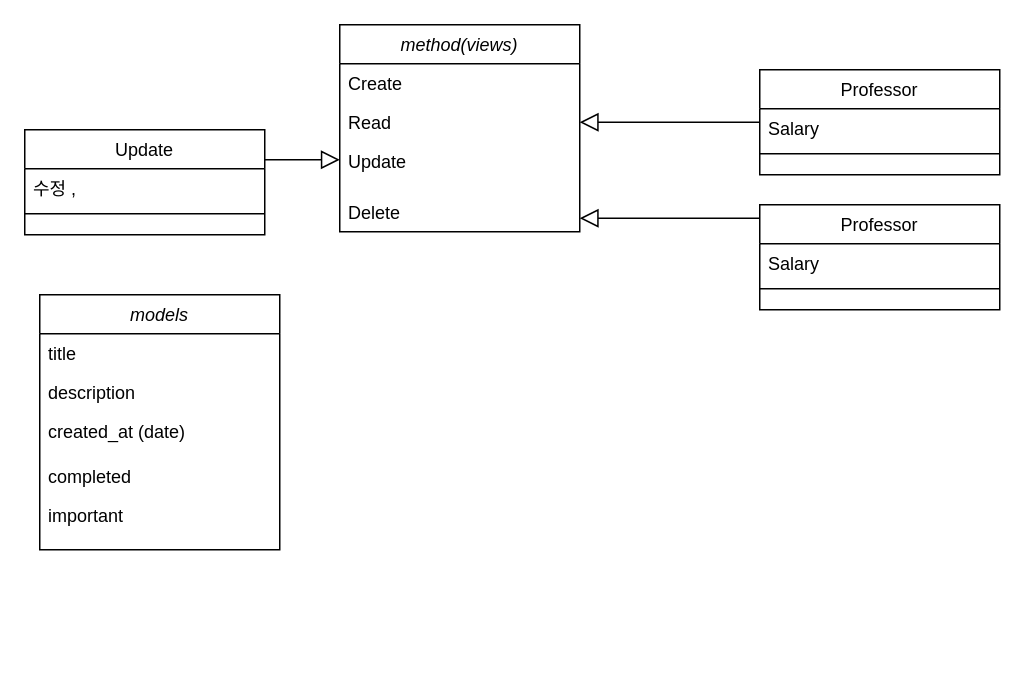
Earlier version of the draw.io diagram 제목 없는 다이어그램.drawio (wjddn4502/raspberry_236). Source tidied: cells renumbered, new cells numbered last; positions are measured from the earlier drawing's top-left corner, leaving out a move shared by most shapes. Both pictures are drawn from the tidied source at 150%, with x=0, y=0 at pixel (24, 24).
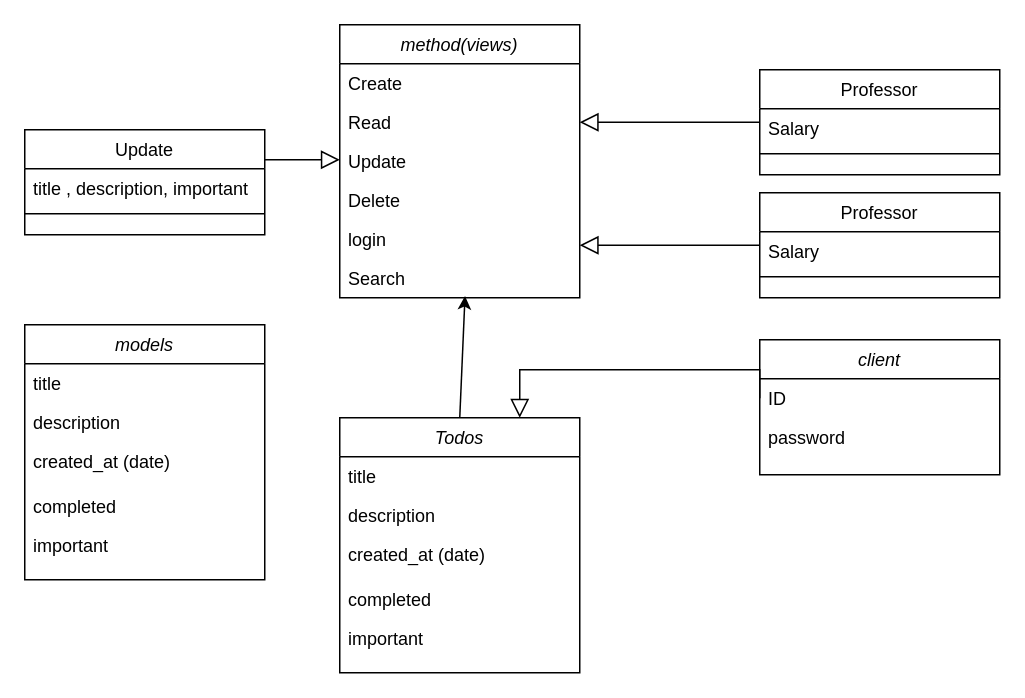
Above is the later version.

Commit message:
제목 없는 다이어그램.drawio 업데이트

The change refers to these unchanged cells:
```xml
<mxCell id="16" value="Update" style="swimlane;fontStyle=0;align=center;verticalAlign=top;horizontal=1;startSize=26;rounded=0;shadow=0;strokeWidth=1;" parent="1" vertex="1">
  <mxGeometry y="70" width="160" height="70" as="geometry" />
</mxCell>
```

Change to the diagram source:
```diff
@@
     <mxCell id="2" value="method(views)" style="swimlane;fontStyle=2;align=center;verticalAlign=top;horizontal=1;startSize=26;rounded=0;shadow=0;strokeWidth=1;" parent="1" vertex="1">
-      <mxGeometry x="210" width="160" height="138" as="geometry" />
+      <mxGeometry x="210" width="160" height="182" as="geometry" />
     </mxCell>
@@
-    <mxCell id="6" style="line;html=1;strokeWidth=1;align=left;verticalAlign=middle;spacingTop=-1;spacingLeft=3;spacingRight=3;labelPosition=right;strokeColor=none;" parent="2" vertex="1">
-      <mxGeometry y="104" width="160" height="8" as="geometry" />
-    </mxCell>
+    <mxCell id="27" value="Delete" style="text;align=left;verticalAlign=top;spacingLeft=4;spacingRight=4;overflow=hidden;" parent="2" vertex="1">
+      <mxGeometry y="104" width="160" height="26" as="geometry" />
+    </mxCell>
-    <mxCell id="7" value="Delete" style="text;align=left;verticalAlign=top;spacingLeft=4;spacingRight=4;overflow=hidden;" parent="2" vertex="1">
-      <mxGeometry y="112" width="160" height="26" as="geometry" />
+    <mxCell id="7" value="login" style="text;align=left;verticalAlign=top;spacingLeft=4;spacingRight=4;overflow=hidden;" parent="2" vertex="1">
+      <mxGeometry y="130" width="160" height="26" as="geometry" />
     </mxCell>
+    <mxCell id="28" value="Search" style="text;align=left;verticalAlign=top;spacingLeft=4;spacingRight=4;overflow=hidden;points=[[0,0.5],[1,0.5]];portConstraint=eastwest;" parent="2" vertex="1">
+      <mxGeometry y="156" width="160" height="26" as="geometry" />
+    </mxCell>
     <mxCell id="8" value="Professor" style="swimlane;fontStyle=0;align=center;verticalAlign=top;horizontal=1;startSize=26;rounded=0;shadow=0;strokeWidth=1;" parent="1" vertex="1">
-      <mxGeometry x="490" y="120" width="160" height="70" as="geometry" />
+      <mxGeometry x="490" y="112" width="160" height="70" as="geometry" />
     </mxCell>
@@
-    <mxCell id="17" value="수정 , " style="text;align=left;verticalAlign=top;spacingLeft=4;spacingRight=4;overflow=hidden;" parent="16" vertex="1">
+    <mxCell id="17" value="title , description, important" style="text;align=left;verticalAlign=top;spacingLeft=4;spacingRight=4;overflow=hidden;" parent="16" vertex="1">
       <mxGeometry y="26" width="160" height="26" as="geometry" />
     </mxCell>
@@
     <mxCell id="20" value="models" style="swimlane;fontStyle=2;align=center;verticalAlign=top;horizontal=1;startSize=26;rounded=0;shadow=0;strokeWidth=1;" parent="1" vertex="1">
-      <mxGeometry x="10" y="180" width="160" height="170" as="geometry" />
+      <mxGeometry y="200" width="160" height="170" as="geometry" />
     </mxCell>
@@
+    <mxCell id="29" value="client" style="swimlane;fontStyle=2;align=center;verticalAlign=top;horizontal=1;startSize=26;rounded=0;shadow=0;strokeWidth=1;" parent="1" vertex="1">
+      <mxGeometry x="490" y="210" width="160" height="90" as="geometry" />
+    </mxCell>
+    <mxCell id="30" value="ID" style="text;align=left;verticalAlign=top;spacingLeft=4;spacingRight=4;overflow=hidden;points=[[0,0.5],[1,0.5]];portConstraint=eastwest;" parent="29" vertex="1">
+      <mxGeometry y="26" width="160" height="26" as="geometry" />
+    </mxCell>
+    <mxCell id="31" value="password" style="text;align=left;verticalAlign=top;spacingLeft=4;spacingRight=4;overflow=hidden;rounded=0;shadow=0;html=0;" parent="29" vertex="1">
+      <mxGeometry y="52" width="160" height="26" as="geometry" />
+    </mxCell>
+    <mxCell id="32" style="line;html=1;strokeWidth=1;align=left;verticalAlign=middle;spacingTop=-1;spacingLeft=3;spacingRight=3;labelPosition=right;strokeColor=none;" parent="29" vertex="1">
+      <mxGeometry y="78" width="160" height="4" as="geometry" />
+    </mxCell>
+    <mxCell id="33" value="Todos" style="swimlane;fontStyle=2;align=center;verticalAlign=top;horizontal=1;startSize=26;rounded=0;shadow=0;strokeWidth=1;" parent="1" vertex="1">
+      <mxGeometry x="210" y="262" width="160" height="170" as="geometry" />
+    </mxCell>
+    <mxCell id="34" value="title" style="text;align=left;verticalAlign=top;spacingLeft=4;spacingRight=4;overflow=hidden;" parent="33" vertex="1">
+      <mxGeometry y="26" width="160" height="26" as="geometry" />
+    </mxCell>
+    <mxCell id="35" value="description" style="text;align=left;verticalAlign=top;spacingLeft=4;spacingRight=4;overflow=hidden;rounded=0;shadow=0;html=0;" parent="33" vertex="1">
+      <mxGeometry y="52" width="160" height="26" as="geometry" />
+    </mxCell>
+    <mxCell id="36" value="created_at (date)" style="text;align=left;verticalAlign=top;spacingLeft=4;spacingRight=4;overflow=hidden;rounded=0;shadow=0;html=0;" parent="33" vertex="1">
+      <mxGeometry y="78" width="160" height="26" as="geometry" />
+    </mxCell>
+    <mxCell id="37" style="line;html=1;strokeWidth=1;align=left;verticalAlign=middle;spacingTop=-1;spacingLeft=3;spacingRight=3;labelPosition=right;strokeColor=none;" parent="33" vertex="1">
+      <mxGeometry y="104" width="160" height="4" as="geometry" />
+    </mxCell>
+    <mxCell id="38" value="completed" style="text;align=left;verticalAlign=top;spacingLeft=4;spacingRight=4;overflow=hidden;rounded=0;shadow=0;html=0;" parent="33" vertex="1">
+      <mxGeometry y="108" width="160" height="26" as="geometry" />
+    </mxCell>
+    <mxCell id="39" value="important" style="text;align=left;verticalAlign=top;spacingLeft=4;spacingRight=4;overflow=hidden;" parent="33" vertex="1">
+      <mxGeometry y="134" width="160" height="26" as="geometry" />
+    </mxCell>
+    <mxCell id="40" style="endArrow=block;endSize=10;endFill=0;shadow=0;strokeWidth=1;rounded=0;curved=0;edgeStyle=elbowEdgeStyle;elbow=vertical;exitX=0;exitY=0.5;exitDx=0;exitDy=0;entryX=0.75;entryY=0;entryDx=0;entryDy=0;" parent="1" edge="1" source="30" target="33">
+      <mxGeometry relative="1" as="geometry">
+        <Array as="points">
+          <mxPoint x="410" y="230" />
+        </Array>
+      </mxGeometry>
+    </mxCell>
+    <mxCell id="41" style="endArrow=classic;html=1;rounded=0;exitX=0.5;exitY=0;exitDx=0;exitDy=0;entryX=0.522;entryY=0.956;entryDx=0;entryDy=0;entryPerimeter=0;" parent="1" edge="1" source="33" target="28">
+      <mxGeometry relative="1" as="geometry" />
+    </mxCell>
```
